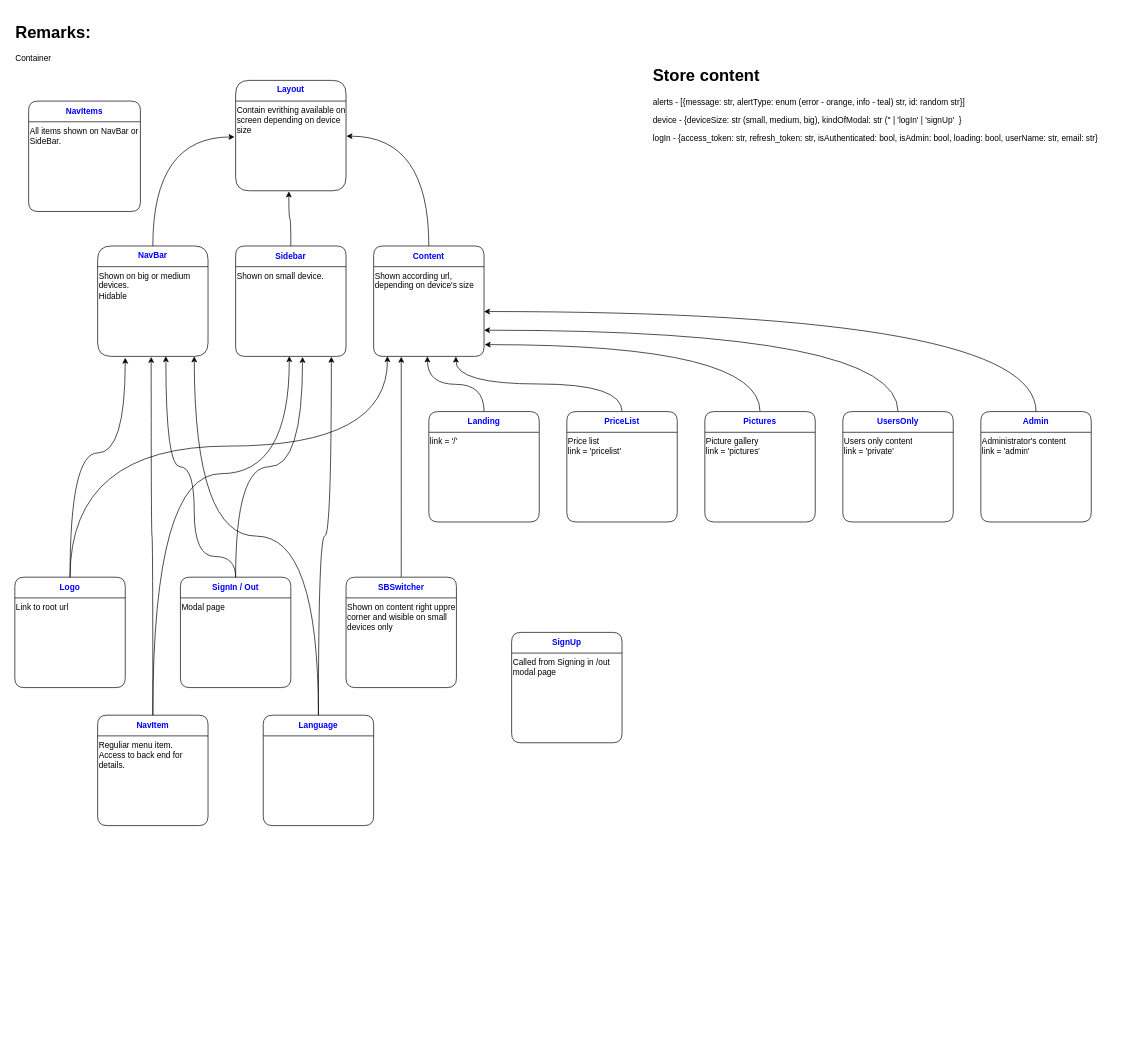
This is page "application structure" (1 of 10) of market-coffee.drawio from Sergey190309/220415-market-caffee, a draw.io file, before an edit. Source tidied: cells renumbered, new cells numbered last; positions are measured from the earlier drawing's top-left corner, leaving out a move shared by most shapes. Both pictures are drawn from the tidied source at 69%, with x=0, y=0 at pixel (12, 19).
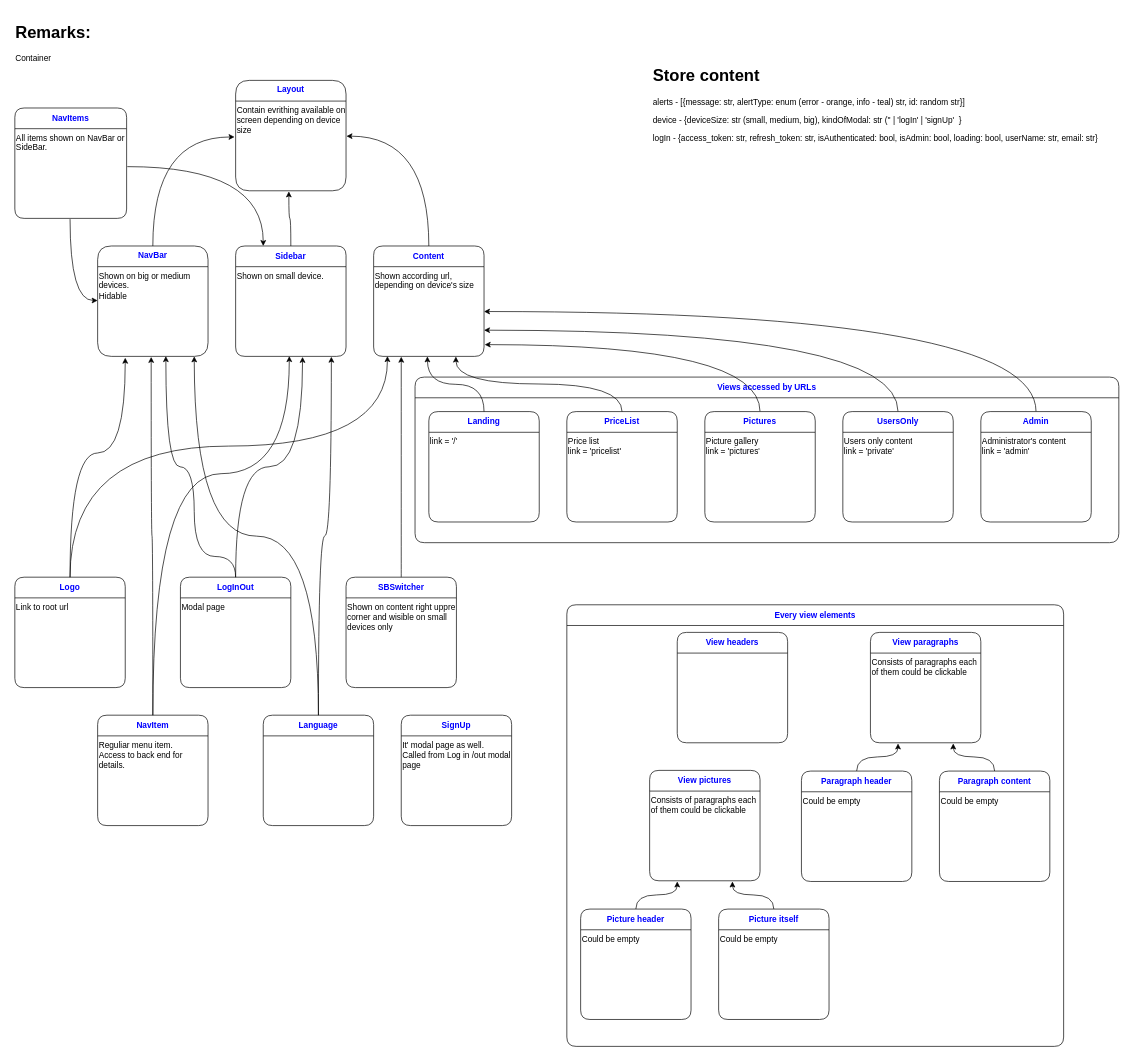
After the change.

Unchanged cells that the change refers to:
```xml
<mxCell id="13" style="shape=partialRectangle;html=1;whiteSpace=wrap;fillColor=none;top=0;left=0;bottom=0;right=0;points=[[0,0.5],[1,0.5]];portConstraint=eastwest;" parent="12" vertex="1">
  <mxGeometry y="30" width="160" height="130" as="geometry" />
</mxCell>
<mxCell id="15" value="&lt;font color=&quot;#0000ff&quot;&gt;Sidebar&lt;/font&gt;" style="shape=table;html=1;whiteSpace=wrap;startSize=30;childLayout=tableLayout;fontStyle=1;align=center;rounded=1;strokeColor=#000000;" parent="8" vertex="1">
  <mxGeometry x="324" y="329" width="160" height="160" as="geometry" />
</mxCell>
```

The edit, as a diff of the source:
```diff
@@
-    <mxCell id="2" value="&lt;font color=&quot;#0000ff&quot;&gt;UsersOnly&lt;/font&gt;" style="shape=table;html=1;whiteSpace=wrap;startSize=30;childLayout=tableLayout;fontStyle=1;align=center;rounded=1;strokeColor=#000000;" parent="1" vertex="1">
-      <mxGeometry x="1204" y="569" width="160" height="160" as="geometry" />
-    </mxCell>
-    <mxCell id="3" style="shape=partialRectangle;html=1;whiteSpace=wrap;fillColor=none;top=0;left=0;bottom=0;right=0;" parent="2" vertex="1">
-      <mxGeometry y="30" width="160" height="130" as="geometry" />
-    </mxCell>
-    <mxCell id="4" value="Users only content&lt;br&gt;link = 'private'" style="shape=partialRectangle;html=1;whiteSpace=wrap;fillColor=none;top=0;left=0;bottom=0;right=0;overflow=hidden;align=left;verticalAlign=top;" parent="3" vertex="1">
-      <mxGeometry width="160" height="130" as="geometry" />
-    </mxCell>
-    <mxCell id="5" value="&lt;font color=&quot;#0000ff&quot;&gt;Admin&lt;/font&gt;" style="shape=table;html=1;whiteSpace=wrap;startSize=30;childLayout=tableLayout;fontStyle=1;align=center;rounded=1;strokeColor=#000000;" parent="1" vertex="1">
-      <mxGeometry x="1404" y="569" width="160" height="160" as="geometry" />
-    </mxCell>
-    <mxCell id="6" style="shape=partialRectangle;html=1;whiteSpace=wrap;fillColor=none;top=0;left=0;bottom=0;right=0;" parent="5" vertex="1">
-      <mxGeometry y="30" width="160" height="130" as="geometry" />
-    </mxCell>
-    <mxCell id="7" value="Administrator's content&lt;br&gt;link = 'admin'" style="shape=partialRectangle;html=1;whiteSpace=wrap;fillColor=none;top=0;left=0;bottom=0;right=0;overflow=hidden;align=left;verticalAlign=top;" parent="6" vertex="1">
-      <mxGeometry width="160" height="130" as="geometry" />
-    </mxCell>
+    <mxCell id="72" value="&lt;font color=&quot;#0000ff&quot;&gt;Views accessed by URLs&lt;/font&gt;" style="shape=table;html=1;whiteSpace=wrap;startSize=30;childLayout=tableLayout;fontStyle=1;align=center;rounded=1;strokeColor=#000000;" parent="1" vertex="1">
+      <mxGeometry x="584" y="519" width="1020" height="240" as="geometry" />
+    </mxCell>
+    <mxCell id="73" style="shape=partialRectangle;html=1;whiteSpace=wrap;fillColor=none;top=0;left=0;bottom=0;right=0;" parent="72" vertex="1">
+      <mxGeometry y="30" width="1020" height="210" as="geometry" />
+    </mxCell>
+    <mxCell id="74" style="shape=partialRectangle;html=1;whiteSpace=wrap;fillColor=none;top=0;left=0;bottom=0;right=0;overflow=hidden;align=left;verticalAlign=top;" parent="73" vertex="1">
+      <mxGeometry width="1020" height="210" as="geometry" />
+    </mxCell>
+    <mxCell id="75" value="&lt;font color=&quot;#0000ff&quot;&gt;Every view elements&lt;/font&gt;" style="shape=table;html=1;whiteSpace=wrap;startSize=30;childLayout=tableLayout;fontStyle=1;align=center;rounded=1;strokeColor=#000000;" parent="1" vertex="1">
+      <mxGeometry x="804" y="849" width="720" height="640" as="geometry" />
+    </mxCell>
+    <mxCell id="76" style="shape=partialRectangle;html=1;whiteSpace=wrap;fillColor=none;top=0;left=0;bottom=0;right=0;" parent="75" vertex="1">
+      <mxGeometry y="30" width="720" height="610" as="geometry" />
+    </mxCell>
+    <mxCell id="77" style="shape=partialRectangle;html=1;whiteSpace=wrap;fillColor=none;top=0;left=0;bottom=0;right=0;overflow=hidden;align=left;verticalAlign=top;" parent="76" vertex="1">
+      <mxGeometry width="720" height="610" as="geometry" />
+    </mxCell>
@@
-    <mxCell id="21" value="&lt;font color=&quot;#0000ff&quot;&gt;SignIn / Out&lt;/font&gt;" style="shape=table;html=1;whiteSpace=wrap;startSize=30;childLayout=tableLayout;fontStyle=1;align=center;rounded=1;strokeColor=#000000;" parent="8" vertex="1">
+    <mxCell id="21" value="&lt;font color=&quot;#0000ff&quot;&gt;LogInOut&lt;/font&gt;" style="shape=table;html=1;whiteSpace=wrap;startSize=30;childLayout=tableLayout;fontStyle=1;align=center;rounded=1;strokeColor=#000000;" parent="8" vertex="1">
       <mxGeometry x="244" y="809" width="160" height="160" as="geometry" />
     </mxCell>
@@
-    <mxCell id="57" value="&lt;font color=&quot;#0000ff&quot;&gt;NavItems&lt;/font&gt;" style="shape=table;html=1;whiteSpace=wrap;startSize=30;childLayout=tableLayout;fontStyle=1;align=center;rounded=1;strokeColor=#000000;" parent="8" vertex="1">
-      <mxGeometry x="24" y="119" width="162" height="160" as="geometry" />
-    </mxCell>
-    <mxCell id="58" style="shape=partialRectangle;html=1;whiteSpace=wrap;fillColor=none;top=0;left=0;bottom=0;right=0;points=[[0,0.5],[1,0.5]];portConstraint=eastwest;" parent="57" vertex="1">
-      <mxGeometry y="30" width="162" height="130" as="geometry" />
-    </mxCell>
-    <mxCell id="59" value="All items shown on NavBar or SideBar." style="shape=partialRectangle;html=1;whiteSpace=wrap;fillColor=none;top=0;left=0;bottom=0;right=0;overflow=hidden;align=left;verticalAlign=top;" parent="58" vertex="1">
-      <mxGeometry width="162" height="130" as="geometry" />
-    </mxCell>
-    <mxCell id="60" value="&lt;font color=&quot;#0000ff&quot;&gt;SignUp&lt;br&gt;&lt;/font&gt;" style="shape=table;html=1;whiteSpace=wrap;startSize=30;childLayout=tableLayout;fontStyle=1;align=center;rounded=1;strokeColor=#000000;" parent="8" vertex="1">
-      <mxGeometry x="724" y="889" width="160" height="160" as="geometry" />
-    </mxCell>
-    <mxCell id="61" style="shape=partialRectangle;html=1;whiteSpace=wrap;fillColor=none;top=0;left=0;bottom=0;right=0;" parent="60" vertex="1">
-      <mxGeometry y="30" width="160" height="130" as="geometry" />
-    </mxCell>
-    <mxCell id="62" value="Called from Signing in /out modal page" style="shape=partialRectangle;html=1;whiteSpace=wrap;fillColor=none;top=0;left=0;bottom=0;right=0;overflow=hidden;align=left;verticalAlign=top;" parent="61" vertex="1">
-      <mxGeometry width="160" height="130" as="geometry" />
-    </mxCell>
@@
+    <mxCell id="60" value="&lt;font color=&quot;#0000ff&quot;&gt;SignUp&lt;br&gt;&lt;/font&gt;" style="shape=table;html=1;whiteSpace=wrap;startSize=30;childLayout=tableLayout;fontStyle=1;align=center;rounded=1;strokeColor=#000000;" parent="8" vertex="1">
+      <mxGeometry x="564" y="1009" width="160" height="160" as="geometry" />
+    </mxCell>
+    <mxCell id="61" style="shape=partialRectangle;html=1;whiteSpace=wrap;fillColor=none;top=0;left=0;bottom=0;right=0;" parent="60" vertex="1">
+      <mxGeometry y="30" width="160" height="130" as="geometry" />
+    </mxCell>
+    <mxCell id="62" value="It' modal page as well.&lt;br&gt;Called from Log in /out modal page" style="shape=partialRectangle;html=1;whiteSpace=wrap;fillColor=none;top=0;left=0;bottom=0;right=0;overflow=hidden;align=left;verticalAlign=top;" parent="61" vertex="1">
+      <mxGeometry width="160" height="130" as="geometry" />
+    </mxCell>
+    <mxCell id="2" value="&lt;font color=&quot;#0000ff&quot;&gt;UsersOnly&lt;/font&gt;" style="shape=table;html=1;whiteSpace=wrap;startSize=30;childLayout=tableLayout;fontStyle=1;align=center;rounded=1;strokeColor=#000000;" parent="8" vertex="1">
+      <mxGeometry x="1204" y="569" width="160" height="160" as="geometry" />
+    </mxCell>
+    <mxCell id="3" style="shape=partialRectangle;html=1;whiteSpace=wrap;fillColor=none;top=0;left=0;bottom=0;right=0;" parent="2" vertex="1">
+      <mxGeometry y="30" width="160" height="130" as="geometry" />
+    </mxCell>
+    <mxCell id="4" value="Users only content&lt;br&gt;link = 'private'" style="shape=partialRectangle;html=1;whiteSpace=wrap;fillColor=none;top=0;left=0;bottom=0;right=0;overflow=hidden;align=left;verticalAlign=top;" parent="3" vertex="1">
+      <mxGeometry width="160" height="130" as="geometry" />
+    </mxCell>
+    <mxCell id="5" value="&lt;font color=&quot;#0000ff&quot;&gt;Admin&lt;/font&gt;" style="shape=table;html=1;whiteSpace=wrap;startSize=30;childLayout=tableLayout;fontStyle=1;align=center;rounded=1;strokeColor=#000000;" parent="8" vertex="1">
+      <mxGeometry x="1404" y="569" width="160" height="160" as="geometry" />
+    </mxCell>
+    <mxCell id="6" style="shape=partialRectangle;html=1;whiteSpace=wrap;fillColor=none;top=0;left=0;bottom=0;right=0;" parent="5" vertex="1">
+      <mxGeometry y="30" width="160" height="130" as="geometry" />
+    </mxCell>
+    <mxCell id="7" value="Administrator's content&lt;br&gt;link = 'admin'" style="shape=partialRectangle;html=1;whiteSpace=wrap;fillColor=none;top=0;left=0;bottom=0;right=0;overflow=hidden;align=left;verticalAlign=top;" parent="6" vertex="1">
+      <mxGeometry width="160" height="130" as="geometry" />
+    </mxCell>
+    <mxCell id="57" value="&lt;font color=&quot;#0000ff&quot;&gt;NavItems&lt;/font&gt;" style="shape=table;html=1;whiteSpace=wrap;startSize=30;childLayout=tableLayout;fontStyle=1;align=center;rounded=1;strokeColor=#000000;" parent="8" vertex="1">
+      <mxGeometry x="4" y="129" width="162" height="160" as="geometry" />
+    </mxCell>
+    <mxCell id="58" style="shape=partialRectangle;html=1;whiteSpace=wrap;fillColor=none;top=0;left=0;bottom=0;right=0;points=[[0,0.5],[1,0.5]];portConstraint=eastwest;" parent="57" vertex="1">
+      <mxGeometry y="30" width="162" height="130" as="geometry" />
+    </mxCell>
+    <mxCell id="59" value="All items shown on NavBar or SideBar." style="shape=partialRectangle;html=1;whiteSpace=wrap;fillColor=none;top=0;left=0;bottom=0;right=0;overflow=hidden;align=left;verticalAlign=top;" parent="58" vertex="1">
+      <mxGeometry width="162" height="130" as="geometry" />
+    </mxCell>
+    <mxCell id="78" style="endArrow=classic;html=1;edgeStyle=orthogonalEdgeStyle;curved=1;exitX=1.006;exitY=0.423;exitDx=0;exitDy=0;entryX=0.25;entryY=0;entryDx=0;entryDy=0;exitPerimeter=0;" parent="8" edge="1" source="58" target="15">
+      <mxGeometry relative="1" as="geometry" />
+    </mxCell>
+    <mxCell id="79" style="endArrow=classic;html=1;edgeStyle=orthogonalEdgeStyle;curved=1;exitX=0.494;exitY=1.008;exitDx=0;exitDy=0;entryX=0;entryY=0.377;entryDx=0;entryDy=0;exitPerimeter=0;entryPerimeter=0;" parent="8" edge="1" source="58" target="13">
+      <mxGeometry relative="1" as="geometry" />
+    </mxCell>
+    <mxCell id="80" style="endArrow=classic;html=1;edgeStyle=orthogonalEdgeStyle;curved=1;exitX=0.5;exitY=0;exitDx=0;exitDy=0;entryX=0.25;entryY=1.008;entryDx=0;entryDy=0;entryPerimeter=0;" parent="8" edge="1" source="90" target="88">
+      <mxGeometry relative="1" as="geometry" />
+    </mxCell>
+    <mxCell id="81" style="endArrow=classic;html=1;edgeStyle=orthogonalEdgeStyle;curved=1;exitX=0.5;exitY=0;exitDx=0;exitDy=0;entryX=0.75;entryY=1.008;entryDx=0;entryDy=0;entryPerimeter=0;" parent="8" edge="1" source="93" target="88">
+      <mxGeometry relative="1" as="geometry" />
+    </mxCell>
+    <mxCell id="82" style="endArrow=classic;html=1;edgeStyle=orthogonalEdgeStyle;curved=1;exitX=0.5;exitY=0;exitDx=0;exitDy=0;entryX=0.25;entryY=1.008;entryDx=0;entryDy=0;entryPerimeter=0;" parent="8" edge="1" source="99" target="97">
+      <mxGeometry relative="1" as="geometry" />
+    </mxCell>
+    <mxCell id="83" style="endArrow=classic;html=1;edgeStyle=orthogonalEdgeStyle;curved=1;exitX=0.5;exitY=0;exitDx=0;exitDy=0;entryX=0.75;entryY=1.008;entryDx=0;entryDy=0;entryPerimeter=0;" parent="8" edge="1" source="102" target="97">
+      <mxGeometry relative="1" as="geometry" />
+    </mxCell>
+    <mxCell id="84" value="&lt;font color=&quot;#0000ff&quot;&gt;View headers&lt;/font&gt;" style="shape=table;html=1;whiteSpace=wrap;startSize=30;childLayout=tableLayout;fontStyle=1;align=center;rounded=1;strokeColor=#000000;" parent="8" vertex="1">
+      <mxGeometry x="964" y="889" width="160" height="160" as="geometry" />
+    </mxCell>
+    <mxCell id="85" style="shape=partialRectangle;html=1;whiteSpace=wrap;fillColor=none;top=0;left=0;bottom=0;right=0;" parent="84" vertex="1">
+      <mxGeometry y="30" width="160" height="130" as="geometry" />
+    </mxCell>
+    <mxCell id="86" style="shape=partialRectangle;html=1;whiteSpace=wrap;fillColor=none;top=0;left=0;bottom=0;right=0;overflow=hidden;align=left;verticalAlign=top;" parent="85" vertex="1">
+      <mxGeometry width="160" height="130" as="geometry" />
+    </mxCell>
+    <mxCell id="87" value="&lt;font color=&quot;#0000ff&quot;&gt;View paragraphs&lt;/font&gt;" style="shape=table;html=1;whiteSpace=wrap;startSize=30;childLayout=tableLayout;fontStyle=1;align=center;rounded=1;strokeColor=#000000;" parent="8" vertex="1">
+      <mxGeometry x="1244" y="889" width="160" height="160" as="geometry" />
+    </mxCell>
+    <mxCell id="88" style="shape=partialRectangle;html=1;whiteSpace=wrap;fillColor=none;top=0;left=0;bottom=0;right=0;points=[[0,0.5],[1,0.5]];portConstraint=eastwest;" parent="87" vertex="1">
+      <mxGeometry y="30" width="160" height="130" as="geometry" />
+    </mxCell>
+    <mxCell id="89" value="Consists of paragraphs each of them could be clickable" style="shape=partialRectangle;html=1;whiteSpace=wrap;fillColor=none;top=0;left=0;bottom=0;right=0;overflow=hidden;align=left;verticalAlign=top;" parent="88" vertex="1">
+      <mxGeometry width="160" height="130" as="geometry" />
+    </mxCell>
+    <mxCell id="90" value="&lt;span style=&quot;color: rgb(0 , 0 , 255)&quot;&gt;Paragraph header&lt;/span&gt;" style="shape=table;html=1;whiteSpace=wrap;startSize=30;childLayout=tableLayout;fontStyle=1;align=center;rounded=1;strokeColor=#000000;" parent="8" vertex="1">
+      <mxGeometry x="1144" y="1090" width="160" height="160" as="geometry" />
+    </mxCell>
+    <mxCell id="91" style="shape=partialRectangle;html=1;whiteSpace=wrap;fillColor=none;top=0;left=0;bottom=0;right=0;" parent="90" vertex="1">
+      <mxGeometry y="30" width="160" height="130" as="geometry" />
+    </mxCell>
+    <mxCell id="92" value="&lt;span&gt;Could be empty&lt;/span&gt;" style="shape=partialRectangle;html=1;whiteSpace=wrap;fillColor=none;top=0;left=0;bottom=0;right=0;overflow=hidden;align=left;verticalAlign=top;" parent="91" vertex="1">
+      <mxGeometry width="160" height="130" as="geometry" />
+    </mxCell>
+    <mxCell id="93" value="&lt;span style=&quot;color: rgb(0 , 0 , 255)&quot;&gt;Paragraph content&lt;/span&gt;" style="shape=table;html=1;whiteSpace=wrap;startSize=30;childLayout=tableLayout;fontStyle=1;align=center;rounded=1;strokeColor=#000000;" parent="8" vertex="1">
+      <mxGeometry x="1344" y="1090" width="160" height="160" as="geometry" />
+    </mxCell>
+    <mxCell id="94" style="shape=partialRectangle;html=1;whiteSpace=wrap;fillColor=none;top=0;left=0;bottom=0;right=0;" parent="93" vertex="1">
+      <mxGeometry y="30" width="160" height="130" as="geometry" />
+    </mxCell>
+    <mxCell id="95" value="Could be empty" style="shape=partialRectangle;html=1;whiteSpace=wrap;fillColor=none;top=0;left=0;bottom=0;right=0;overflow=hidden;align=left;verticalAlign=top;" parent="94" vertex="1">
+      <mxGeometry width="160" height="130" as="geometry" />
+    </mxCell>
+    <mxCell id="96" value="&lt;font color=&quot;#0000ff&quot;&gt;View pictures&lt;/font&gt;" style="shape=table;html=1;whiteSpace=wrap;startSize=30;childLayout=tableLayout;fontStyle=1;align=center;rounded=1;strokeColor=#000000;" parent="8" vertex="1">
+      <mxGeometry x="924" y="1089" width="160" height="160" as="geometry" />
+    </mxCell>
+    <mxCell id="97" style="shape=partialRectangle;html=1;whiteSpace=wrap;fillColor=none;top=0;left=0;bottom=0;right=0;points=[[0,0.5],[1,0.5]];portConstraint=eastwest;" parent="96" vertex="1">
+      <mxGeometry y="30" width="160" height="130" as="geometry" />
+    </mxCell>
+    <mxCell id="98" value="Consists of paragraphs each of them could be clickable" style="shape=partialRectangle;html=1;whiteSpace=wrap;fillColor=none;top=0;left=0;bottom=0;right=0;overflow=hidden;align=left;verticalAlign=top;" parent="97" vertex="1">
+      <mxGeometry width="160" height="130" as="geometry" />
+    </mxCell>
+    <mxCell id="99" value="&lt;span style=&quot;color: rgb(0 , 0 , 255)&quot;&gt;Picture header&lt;/span&gt;" style="shape=table;html=1;whiteSpace=wrap;startSize=30;childLayout=tableLayout;fontStyle=1;align=center;rounded=1;strokeColor=#000000;" parent="8" vertex="1">
+      <mxGeometry x="824" y="1290" width="160" height="160" as="geometry" />
+    </mxCell>
+    <mxCell id="100" style="shape=partialRectangle;html=1;whiteSpace=wrap;fillColor=none;top=0;left=0;bottom=0;right=0;" parent="99" vertex="1">
+      <mxGeometry y="30" width="160" height="130" as="geometry" />
+    </mxCell>
+    <mxCell id="101" value="&lt;span&gt;Could be empty&lt;/span&gt;" style="shape=partialRectangle;html=1;whiteSpace=wrap;fillColor=none;top=0;left=0;bottom=0;right=0;overflow=hidden;align=left;verticalAlign=top;" parent="100" vertex="1">
+      <mxGeometry width="160" height="130" as="geometry" />
+    </mxCell>
+    <mxCell id="102" value="&lt;span style=&quot;color: rgb(0 , 0 , 255)&quot;&gt;Picture itself&lt;/span&gt;" style="shape=table;html=1;whiteSpace=wrap;startSize=30;childLayout=tableLayout;fontStyle=1;align=center;rounded=1;strokeColor=#000000;" parent="8" vertex="1">
+      <mxGeometry x="1024" y="1290" width="160" height="160" as="geometry" />
+    </mxCell>
+    <mxCell id="103" style="shape=partialRectangle;html=1;whiteSpace=wrap;fillColor=none;top=0;left=0;bottom=0;right=0;" parent="102" vertex="1">
+      <mxGeometry y="30" width="160" height="130" as="geometry" />
+    </mxCell>
+    <mxCell id="104" value="Could be empty" style="shape=partialRectangle;html=1;whiteSpace=wrap;fillColor=none;top=0;left=0;bottom=0;right=0;overflow=hidden;align=left;verticalAlign=top;" parent="103" vertex="1">
+      <mxGeometry width="160" height="130" as="geometry" />
+    </mxCell>
```
